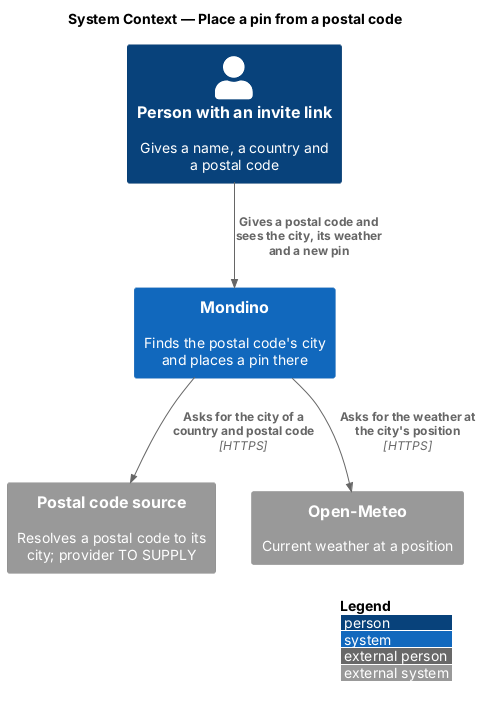
Above: docs/detailed-designs/joining/place-pin-from-postal-code/diagrams/c4-context.png in QuinntyneBrown/Mondino (PlantUML), before the change. Its diagram source:
```plantuml
@startuml
!include <C4/C4_Context>
LAYOUT_WITH_LEGEND()
title System Context — Place a pin from a postal code

Person(person, "Person with an invite link", "Gives a name, a country and a postal code")
System(mondino, "Mondino", "Finds the postal code's city and places a pin there")
System_Ext(postal, "Postal code source", "Resolves a postal code to its city; provider TO SUPPLY")
System_Ext(meteo, "Open-Meteo", "Current weather at a position")

Rel(person, mondino, "Gives a postal code and sees the city, its weather and a new pin")
Rel(mondino, postal, "Asks for the city of a country and postal code", "HTTPS")
Rel(mondino, meteo, "Asks for the weather at the city's position", "HTTPS")
@enduml
```
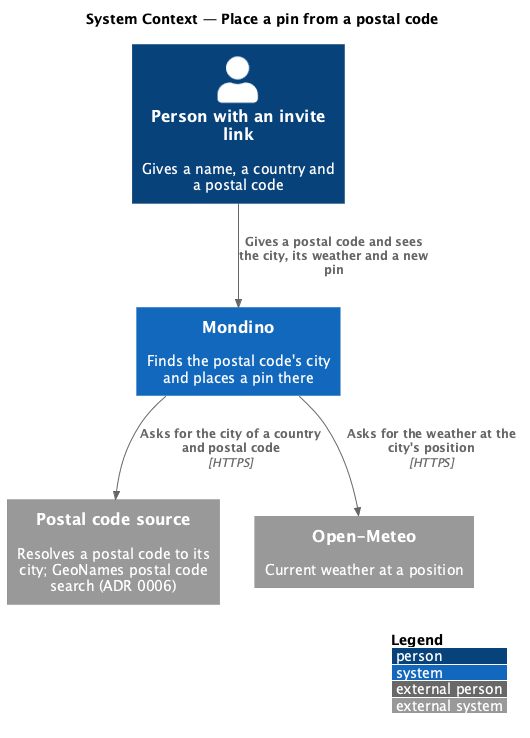
Later version of the same file.

Diff of the diagram source:
```diff
@@ -5,7 +5,7 @@
 
 Person(person, "Person with an invite link", "Gives a name, a country and a postal code")
 System(mondino, "Mondino", "Finds the postal code's city and places a pin there")
-System_Ext(postal, "Postal code source", "Resolves a postal code to its city; provider TO SUPPLY")
+System_Ext(postal, "Postal code source", "Resolves a postal code to its city; GeoNames postal code search (ADR 0006)")
 System_Ext(meteo, "Open-Meteo", "Current weather at a position")
 
 Rel(person, mondino, "Gives a postal code and sees the city, its weather and a new pin")
```
